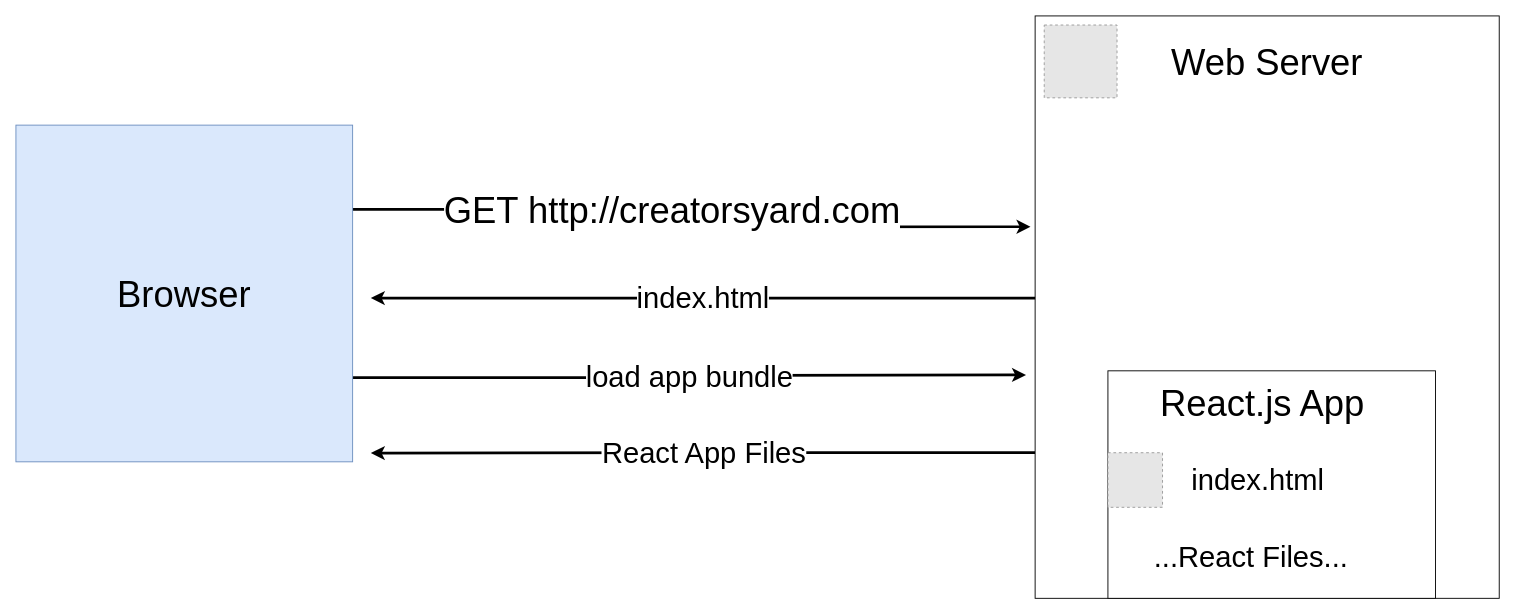
Earlier version of the draw.io diagram diagrams/FrontendBlockDiagram.drawio (jadhamwi31/cc_productivity_and_marketing_kit). Source tidied: cells renumbered, new cells numbered last; positions are measured from the earlier drawing's top-left corner, leaving out a move shared by most shapes. Both pictures are drawn from the tidied source at 91%, with x=0, y=0 at pixel (15, 15). Pictures stored in the file or linked from it are replaced by grey dashed boxes.
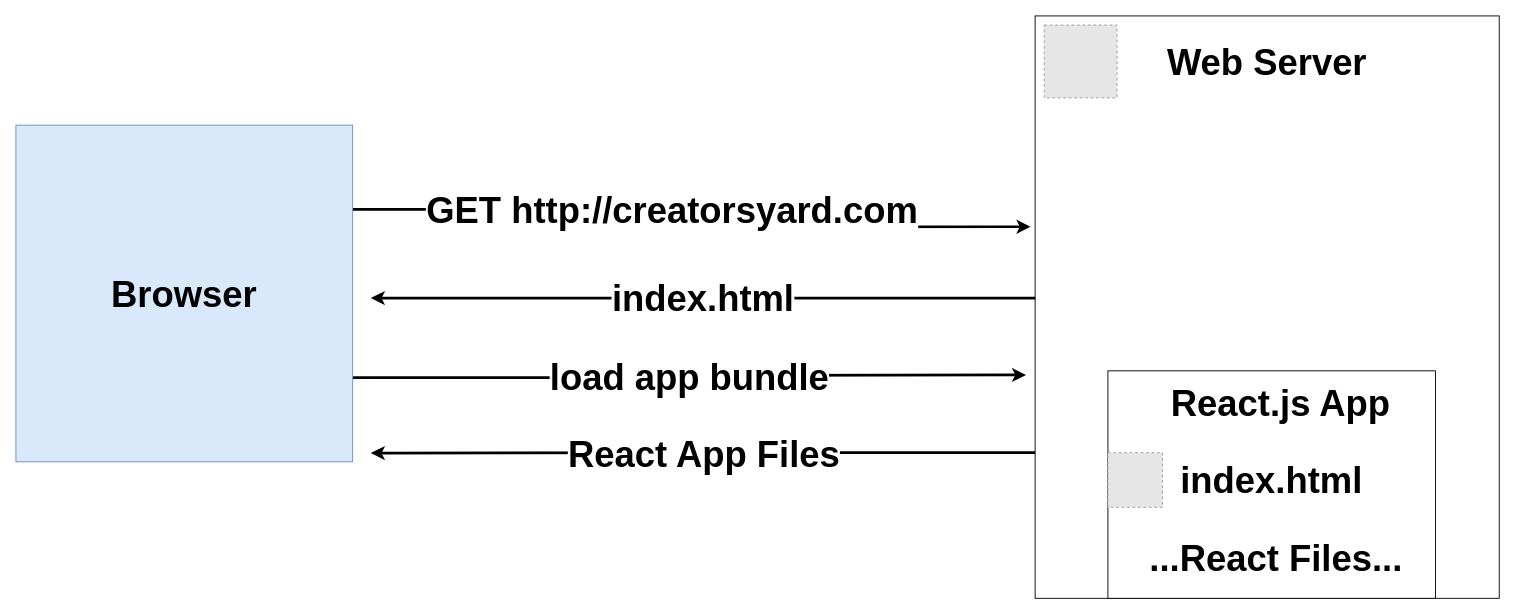
The same page after the edit.

Diff of the diagram source:
```diff
@@
 <mxGraphModel>
   <root>
     <mxCell id="0" />
     <mxCell id="1" parent="0" />
-    <mxCell id="2" style="edgeStyle=orthogonalEdgeStyle;rounded=0;jettySize=auto;html=1;exitX=1;exitY=0.25;exitDx=0;exitDy=0;entryX=-0.01;entryY=0.362;entryDx=0;entryDy=0;fontSize=40;strokeWidth=3;entryPerimeter=0;" parent="1" edge="1" source="5" target="7">
+    <mxCell id="2" style="edgeStyle=orthogonalEdgeStyle;rounded=0;jettySize=auto;html=1;exitX=1;exitY=0.25;exitDx=0;exitDy=0;entryX=-0.01;entryY=0.362;entryDx=0;entryDy=0;fontSize=40;strokeWidth=3;entryPerimeter=0;fontStyle=1;" parent="1" edge="1" source="5" target="7">
       <mxGeometry relative="1" as="geometry" />
     </mxCell>
-    <mxCell id="3" value="GET http://creatorsyard.com" style="edgeLabel;html=1;align=center;verticalAlign=middle;fontSize=40;" parent="2" vertex="1">
+    <mxCell id="3" value="GET http://creatorsyard.com" style="edgeLabel;html=1;align=center;verticalAlign=middle;fontSize=40;fontStyle=1;" parent="2" vertex="1">
       <mxGeometry x="-0.25" y="-5" relative="1" as="geometry">
         <mxPoint x="63" y="-5" as="offset" />
       </mxGeometry>
     </mxCell>
-    <mxCell id="4" value="load app bundle" style="edgeStyle=orthogonalEdgeStyle;rounded=0;jettySize=auto;html=1;exitX=1;exitY=0.75;exitDx=0;exitDy=0;strokeWidth=3;fontSize=32;" parent="1" edge="1" source="5">
+    <mxCell id="4" value="load app bundle" style="edgeStyle=orthogonalEdgeStyle;rounded=0;jettySize=auto;html=1;exitX=1;exitY=0.75;exitDx=0;exitDy=0;strokeWidth=3;fontSize=40;fontStyle=1;" parent="1" edge="1" source="5">
       <mxGeometry relative="1" as="geometry">
         <mxPoint x="1110" y="394.5" as="targetPoint" />
       </mxGeometry>
     </mxCell>
-    <mxCell id="5" value="Browser" style="whiteSpace=wrap;html=1;fillColor=#dae8fc;strokeColor=#6c8ebf;fontSize=40;" parent="1" vertex="1">
+    <mxCell id="5" value="Browser" style="whiteSpace=wrap;html=1;fillColor=#dae8fc;strokeColor=#6c8ebf;fontSize=40;fontStyle=1;" parent="1" vertex="1">
       <mxGeometry y="120" width="370" height="370" as="geometry" />
     </mxCell>
-    <mxCell id="6" value="React App Files" style="edgeStyle=orthogonalEdgeStyle;rounded=0;jettySize=auto;html=1;exitX=0;exitY=0.75;exitDx=0;exitDy=0;strokeWidth=3;fontSize=32;" parent="1" edge="1" source="7">
+    <mxCell id="6" value="React App Files" style="edgeStyle=orthogonalEdgeStyle;rounded=0;jettySize=auto;html=1;exitX=0;exitY=0.75;exitDx=0;exitDy=0;strokeWidth=3;fontSize=40;fontStyle=1;" parent="1" edge="1" source="7">
       <mxGeometry relative="1" as="geometry">
         <mxPoint x="390" y="480.4" as="targetPoint" />
       </mxGeometry>
     </mxCell>
-    <mxCell id="7" style="rounded=0;whiteSpace=wrap;html=1;" parent="1" vertex="1">
+    <mxCell id="7" style="rounded=0;whiteSpace=wrap;html=1;fontSize=40;fontStyle=1;" parent="1" vertex="1">
       <mxGeometry x="1120" width="510" height="640" as="geometry" />
     </mxCell>
-    <mxCell id="8" style="fillColor=#E6E6E6;strokeColor=#999999;dashed=1;" parent="1" vertex="1">
+    <mxCell id="8" style="fillColor=#E6E6E6;strokeColor=#999999;dashed=1;fontSize=40;fontStyle=1;" parent="1" vertex="1">
       <mxGeometry x="1130" y="10" width="80" height="80" as="geometry" />
     </mxCell>
-    <mxCell id="9" value="Web Server" style="text;html=1;strokeColor=none;fillColor=none;align=center;verticalAlign=middle;whiteSpace=wrap;rounded=0;fontSize=40;" parent="1" vertex="1">
+    <mxCell id="9" value="Web Server" style="text;html=1;strokeColor=none;fillColor=none;align=center;verticalAlign=middle;whiteSpace=wrap;rounded=0;fontSize=40;fontStyle=1;" parent="1" vertex="1">
       <mxGeometry x="1230" y="35" width="290" height="30" as="geometry" />
     </mxCell>
-    <mxCell id="10" style="rounded=0;whiteSpace=wrap;html=1;fontSize=40;" parent="1" vertex="1">
+    <mxCell id="10" style="rounded=0;whiteSpace=wrap;html=1;fontSize=40;fontStyle=1;" parent="1" vertex="1">
       <mxGeometry x="1200" y="390" width="360" height="250" as="geometry" />
     </mxCell>
-    <mxCell id="11" value="React.js App" style="text;html=1;strokeColor=none;fillColor=none;align=center;verticalAlign=middle;whiteSpace=wrap;rounded=0;fontSize=40;" parent="1" vertex="1">
-      <mxGeometry x="1250" y="410" width="240" height="30" as="geometry" />
+    <mxCell id="11" value="React.js App" style="text;html=1;strokeColor=none;fillColor=none;align=center;verticalAlign=middle;whiteSpace=wrap;rounded=0;fontSize=40;fontStyle=1;" parent="1" vertex="1">
+      <mxGeometry x="1250" y="410" width="280" height="30" as="geometry" />
     </mxCell>
-    <mxCell id="12" value="index.html" style="endArrow=classic;html=1;rounded=0;fontSize=32;strokeWidth=3;" parent="1" edge="1">
+    <mxCell id="12" value="index.html" style="endArrow=classic;html=1;rounded=0;fontSize=40;strokeWidth=3;fontStyle=1;" parent="1" edge="1">
       <mxGeometry relative="1" as="geometry">
         <mxPoint x="1120" y="310" as="sourcePoint" />
         <mxPoint x="390" y="310" as="targetPoint" />
       </mxGeometry>
     </mxCell>
-    <mxCell id="13" style="group;" parent="1" vertex="1">
-      <mxGeometry x="1200" y="480" width="270" height="60" as="geometry" />
+    <mxCell id="13" style="group;fontSize=40;fontStyle=1;" parent="1" vertex="1">
+      <mxGeometry x="1200" y="480" width="300" height="60" as="geometry" />
     </mxCell>
-    <mxCell id="14" style="fillColor=#E6E6E6;strokeColor=#999999;dashed=1;verticalLabelPosition=bottom;labelBackgroundColor=default;verticalAlign=top;" parent="13" vertex="1">
+    <mxCell id="14" style="fillColor=#E6E6E6;strokeColor=#999999;dashed=1;verticalLabelPosition=bottom;labelBackgroundColor=default;verticalAlign=top;fontSize=40;fontStyle=1;" parent="13" vertex="1">
       <mxGeometry width="60" height="60" as="geometry" />
     </mxCell>
-    <mxCell id="15" value="index.html" style="text;html=1;strokeColor=none;fillColor=none;align=center;verticalAlign=middle;whiteSpace=wrap;rounded=0;fontSize=32;" parent="13" vertex="1">
-      <mxGeometry x="60" y="15" width="210" height="30" as="geometry" />
+    <mxCell id="15" value="index.html" style="text;html=1;strokeColor=none;fillColor=none;align=center;verticalAlign=middle;whiteSpace=wrap;rounded=0;fontSize=40;fontStyle=1;" parent="13" vertex="1">
+      <mxGeometry x="60" y="15" width="240" height="30" as="geometry" />
     </mxCell>
-    <mxCell id="16" value="...React Files..." style="text;html=1;strokeColor=none;fillColor=none;align=center;verticalAlign=middle;whiteSpace=wrap;rounded=0;fontSize=32;" parent="1" vertex="1">
-      <mxGeometry x="1230" y="580" width="255" height="30" as="geometry" />
+    <mxCell id="16" value="...React Files..." style="text;html=1;strokeColor=none;fillColor=none;align=center;verticalAlign=middle;whiteSpace=wrap;rounded=0;fontSize=40;fontStyle=1;" parent="1" vertex="1">
+      <mxGeometry x="1230" y="580" width="310" height="30" as="geometry" />
     </mxCell>
   </root>
 </mxGraphModel>
```
